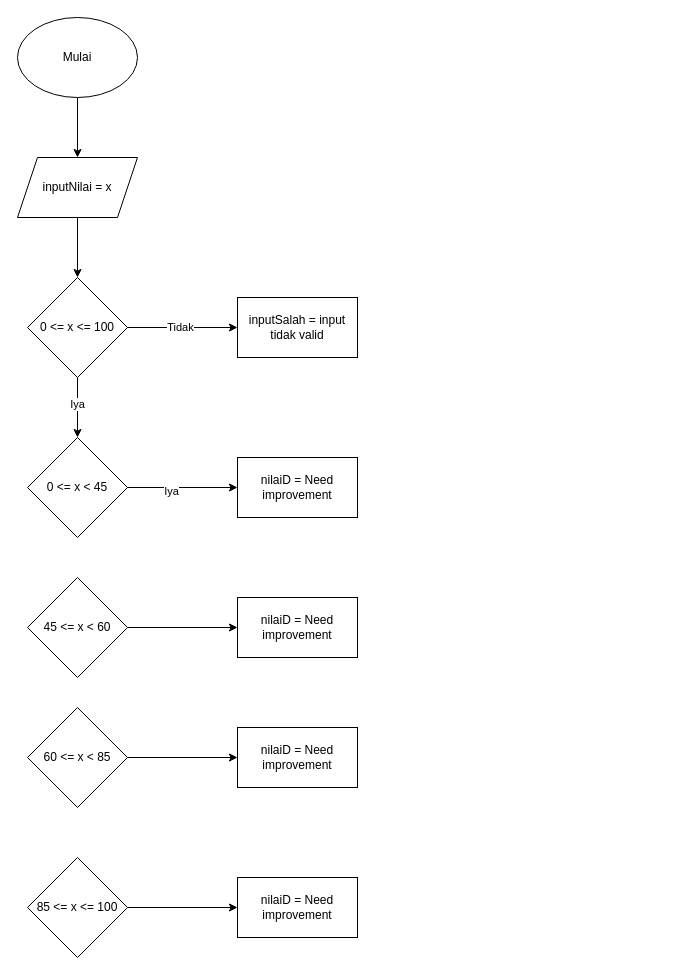
Before: hitam.drawio in shinoaaa/nigachu, a draw.io diagram. Source tidied: cells renumbered, new cells numbered last; positions are measured from the earlier drawing's top-left corner, leaving out a move shared by most shapes. Both pictures are drawn from the tidied source at 100%, with x=0, y=0 at pixel (17, 17).
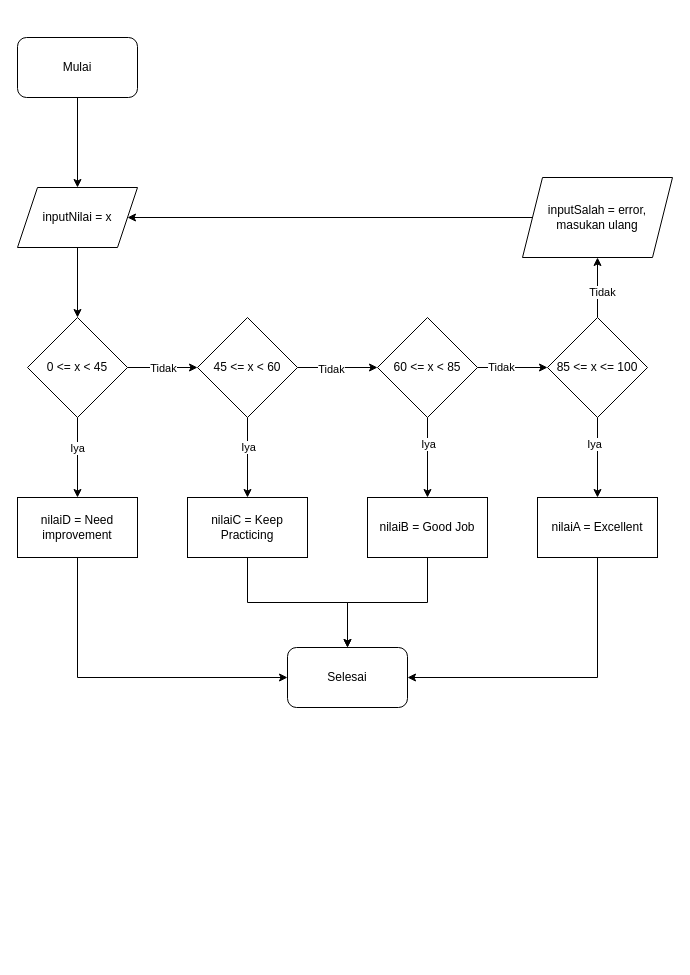
The same diagram, later.

Change to the diagram source:
```diff
@@
-    <mxCell id="2" style="edgeStyle=orthogonalEdgeStyle;rounded=0;jettySize=auto;html=1;" parent="1" edge="1" source="6" target="13">
-      <mxGeometry relative="1" as="geometry" />
-    </mxCell>
-    <mxCell id="3" value="Iya" style="edgeLabel;html=1;align=center;verticalAlign=middle;" parent="2" vertex="1">
-      <mxGeometry x="-0.14" y="-1" relative="1" as="geometry" />
-    </mxCell>
-    <mxCell id="4" style="edgeStyle=orthogonalEdgeStyle;rounded=0;jettySize=auto;html=1;entryX=0;entryY=0.5;entryDx=0;entryDy=0;" parent="1" edge="1" source="6" target="14">
-      <mxGeometry relative="1" as="geometry" />
-    </mxCell>
-    <mxCell id="5" value="Tidak" style="edgeLabel;html=1;align=center;verticalAlign=middle;" parent="4" vertex="1">
-      <mxGeometry x="-0.05" y="1" relative="1" as="geometry" />
-    </mxCell>
-    <mxCell id="6" value="0 &amp;lt;= x &amp;lt;= 100" style="rhombus;whiteSpace=wrap;html=1;fillColor=light-dark(#FFFFFF,#FFFFFF);fontColor=light-dark(#000000,#0F0F0F);" parent="1" vertex="1">
-      <mxGeometry x="10" y="260" width="100" height="100" as="geometry" />
-    </mxCell>
-    <mxCell id="7" style="edgeStyle=orthogonalEdgeStyle;rounded=0;jettySize=auto;html=1;entryX=0.5;entryY=0;entryDx=0;entryDy=0;" parent="1" edge="1" source="8" target="6">
-      <mxGeometry relative="1" as="geometry" />
-    </mxCell>
+    <mxCell id="25" style="edgeStyle=orthogonalEdgeStyle;rounded=0;jettySize=auto;html=1;entryX=0.5;entryY=0;entryDx=0;entryDy=0;" parent="1" edge="1" source="8" target="13">
+      <mxGeometry relative="1" as="geometry" />
+    </mxCell>
     <mxCell id="8" value="inputNilai = x" style="shape=parallelogram;perimeter=parallelogramPerimeter;whiteSpace=wrap;html=1;fixedSize=1;fillColor=light-dark(#FFFFFF,#FFFFFF);fontColor=light-dark(#000000,#000000);" parent="1" vertex="1">
-      <mxGeometry y="140" width="120" height="60" as="geometry" />
+      <mxGeometry y="170" width="120" height="60" as="geometry" />
     </mxCell>
+    <mxCell id="26" style="edgeStyle=orthogonalEdgeStyle;rounded=0;jettySize=auto;html=1;entryX=0;entryY=0.5;entryDx=0;entryDy=0;" parent="1" edge="1" source="13" target="17">
+      <mxGeometry relative="1" as="geometry" />
+    </mxCell>
+    <mxCell id="27" value="Tidak" style="edgeLabel;html=1;align=center;verticalAlign=middle;" parent="26" vertex="1">
+      <mxGeometry x="-0.01" relative="1" as="geometry" />
+    </mxCell>
+    <mxCell id="11" style="edgeStyle=orthogonalEdgeStyle;rounded=0;jettySize=auto;html=1;entryX=0.5;entryY=0;entryDx=0;entryDy=0;" parent="1" edge="1" source="13" target="15">
+      <mxGeometry relative="1" as="geometry" />
+    </mxCell>
+    <mxCell id="28" value="Iya" style="edgeLabel;html=1;align=center;verticalAlign=middle;" parent="11" vertex="1">
+      <mxGeometry x="-0.25" y="-1" relative="1" as="geometry" />
+    </mxCell>
+    <mxCell id="13" value="0 &amp;lt;= x &amp;lt; 45" style="rhombus;whiteSpace=wrap;html=1;fillColor=light-dark(#FFFFFF,#FFFFFF);fontColor=light-dark(#000000,#0F0F0F);" parent="1" vertex="1">
+      <mxGeometry x="10" y="300" width="100" height="100" as="geometry" />
+    </mxCell>
+    <mxCell id="29" style="edgeStyle=orthogonalEdgeStyle;rounded=0;jettySize=auto;html=1;entryX=0;entryY=0.5;entryDx=0;entryDy=0;" parent="1" edge="1" source="15" target="44">
+      <mxGeometry relative="1" as="geometry">
+        <Array as="points">
+          <mxPoint x="60" y="660" />
+        </Array>
+      </mxGeometry>
+    </mxCell>
+    <mxCell id="15" value="nilaiD = Need improvement" style="rounded=0;whiteSpace=wrap;html=1;fillColor=light-dark(#FFFFFF,#FFFFFF);fontColor=light-dark(#000000,#000000);" parent="1" vertex="1">
+      <mxGeometry y="480" width="120" height="60" as="geometry" />
+    </mxCell>
+    <mxCell id="30" style="edgeStyle=orthogonalEdgeStyle;rounded=0;jettySize=auto;html=1;entryX=0;entryY=0.5;entryDx=0;entryDy=0;" parent="1" edge="1" source="17" target="19">
+      <mxGeometry relative="1" as="geometry" />
+    </mxCell>
+    <mxCell id="31" value="Tidak" style="edgeLabel;html=1;align=center;verticalAlign=middle;" parent="30" vertex="1">
+      <mxGeometry x="-0.17" y="-1" relative="1" as="geometry" />
+    </mxCell>
+    <mxCell id="16" style="edgeStyle=orthogonalEdgeStyle;rounded=0;jettySize=auto;html=1;entryX=0.5;entryY=0;entryDx=0;entryDy=0;" parent="1" edge="1" source="17" target="22">
+      <mxGeometry relative="1" as="geometry" />
+    </mxCell>
+    <mxCell id="32" value="Iya" style="edgeLabel;html=1;align=center;verticalAlign=middle;" parent="16" vertex="1">
+      <mxGeometry x="-0.28" relative="1" as="geometry" />
+    </mxCell>
+    <mxCell id="17" value="45 &amp;lt;= x &amp;lt; 60" style="rhombus;whiteSpace=wrap;html=1;fillColor=light-dark(#FFFFFF,#FFFFFF);fontColor=light-dark(#000000,#0F0F0F);" parent="1" vertex="1">
+      <mxGeometry x="180" y="300" width="100" height="100" as="geometry" />
+    </mxCell>
+    <mxCell id="18" style="edgeStyle=orthogonalEdgeStyle;rounded=0;jettySize=auto;html=1;entryX=0.5;entryY=0;entryDx=0;entryDy=0;" parent="1" edge="1" source="19" target="23">
+      <mxGeometry relative="1" as="geometry" />
+    </mxCell>
+    <mxCell id="33" value="Iya" style="edgeLabel;html=1;align=center;verticalAlign=middle;" parent="18" vertex="1">
+      <mxGeometry x="-0.36" relative="1" as="geometry" />
+    </mxCell>
+    <mxCell id="34" style="edgeStyle=orthogonalEdgeStyle;rounded=0;jettySize=auto;html=1;entryX=0;entryY=0.5;entryDx=0;entryDy=0;" parent="1" edge="1" source="19" target="21">
+      <mxGeometry relative="1" as="geometry" />
+    </mxCell>
+    <mxCell id="35" value="Tidak" style="edgeLabel;html=1;align=center;verticalAlign=middle;" parent="34" vertex="1">
+      <mxGeometry x="-0.33" y="1" relative="1" as="geometry" />
+    </mxCell>
+    <mxCell id="19" value="60 &amp;lt;= x &amp;lt; 85" style="rhombus;whiteSpace=wrap;html=1;fillColor=light-dark(#FFFFFF,#FFFFFF);fontColor=light-dark(#000000,#0F0F0F);" parent="1" vertex="1">
+      <mxGeometry x="360" y="300" width="100" height="100" as="geometry" />
+    </mxCell>
+    <mxCell id="36" style="edgeStyle=orthogonalEdgeStyle;rounded=0;jettySize=auto;html=1;entryX=0.5;entryY=0;entryDx=0;entryDy=0;" parent="1" edge="1" source="22" target="44">
+      <mxGeometry relative="1" as="geometry" />
+    </mxCell>
+    <mxCell id="22" value="nilaiC = Keep Practicing" style="rounded=0;whiteSpace=wrap;html=1;fillColor=light-dark(#FFFFFF,#FFFFFF);fontColor=light-dark(#000000,#000000);" parent="1" vertex="1">
+      <mxGeometry x="170" y="480" width="120" height="60" as="geometry" />
+    </mxCell>
+    <mxCell id="37" style="edgeStyle=orthogonalEdgeStyle;rounded=0;jettySize=auto;html=1;entryX=0.5;entryY=0;entryDx=0;entryDy=0;" parent="1" edge="1" source="23" target="44">
+      <mxGeometry relative="1" as="geometry" />
+    </mxCell>
+    <mxCell id="23" value="nilaiB = Good Job" style="rounded=0;whiteSpace=wrap;html=1;fillColor=light-dark(#FFFFFF,#FFFFFF);fontColor=light-dark(#000000,#000000);" parent="1" vertex="1">
+      <mxGeometry x="350" y="480" width="120" height="60" as="geometry" />
+    </mxCell>
+    <mxCell id="38" style="edgeStyle=orthogonalEdgeStyle;rounded=0;jettySize=auto;html=1;entryX=1;entryY=0.5;entryDx=0;entryDy=0;" parent="1" edge="1" source="24" target="44">
+      <mxGeometry relative="1" as="geometry">
+        <Array as="points">
+          <mxPoint x="580" y="660" />
+        </Array>
+      </mxGeometry>
+    </mxCell>
+    <mxCell id="24" value="nilaiA = Excellent" style="rounded=0;whiteSpace=wrap;html=1;fillColor=light-dark(#FFFFFF,#FFFFFF);fontColor=light-dark(#000000,#000000);" parent="1" vertex="1">
+      <mxGeometry x="520" y="480" width="120" height="60" as="geometry" />
+    </mxCell>
+    <mxCell id="20" style="edgeStyle=orthogonalEdgeStyle;rounded=0;jettySize=auto;html=1;entryX=0.5;entryY=0;entryDx=0;entryDy=0;" parent="1" edge="1" source="21" target="24">
+      <mxGeometry relative="1" as="geometry" />
+    </mxCell>
+    <mxCell id="39" value="Iya" style="edgeLabel;html=1;align=center;verticalAlign=middle;" parent="20" vertex="1">
+      <mxGeometry x="-0.36" y="-4" relative="1" as="geometry" />
+    </mxCell>
+    <mxCell id="40" style="edgeStyle=orthogonalEdgeStyle;rounded=0;jettySize=auto;html=1;entryX=0.5;entryY=1;entryDx=0;entryDy=0;" parent="1" edge="1" source="21" target="43">
+      <mxGeometry relative="1" as="geometry" />
+    </mxCell>
+    <mxCell id="41" value="Tidak" style="edgeLabel;html=1;align=center;verticalAlign=middle;" parent="40" vertex="1">
+      <mxGeometry x="-0.14" y="-4" relative="1" as="geometry" />
+    </mxCell>
+    <mxCell id="21" value="85 &amp;lt;= x &amp;lt;= 100" style="rhombus;whiteSpace=wrap;html=1;fillColor=light-dark(#FFFFFF,#FFFFFF);fontColor=light-dark(#000000,#0F0F0F);" parent="1" vertex="1">
+      <mxGeometry x="530" y="300" width="100" height="100" as="geometry" />
+    </mxCell>
+    <mxCell id="42" style="edgeStyle=orthogonalEdgeStyle;rounded=0;jettySize=auto;html=1;entryX=1;entryY=0.5;entryDx=0;entryDy=0;" parent="1" edge="1" source="43" target="8">
+      <mxGeometry relative="1" as="geometry" />
+    </mxCell>
+    <mxCell id="43" value="inputSalah = error, masukan ulang" style="shape=parallelogram;perimeter=parallelogramPerimeter;whiteSpace=wrap;html=1;fixedSize=1;fillColor=light-dark(#FFFFFF,#FFFFFF);fontColor=light-dark(#000000,#000000);" parent="1" vertex="1">
+      <mxGeometry x="505" y="160" width="150" height="80" as="geometry" />
+    </mxCell>
@@
-    <mxCell id="10" value="Mulai" style="ellipse;whiteSpace=wrap;html=1;strokeColor=light-dark(#000000,#FFFFFF);fillColor=light-dark(#FFFFFF,#F4F4F4);fontColor=light-dark(#000000,#1C1C1C);" parent="1" vertex="1">
-      <mxGeometry width="120" height="80" as="geometry" />
+    <mxCell id="10" value="Mulai" style="rounded=1;whiteSpace=wrap;html=1;fillColor=light-dark(#FFFFFF,#F9F9F9);fontColor=light-dark(#000000,#0A0A0A);" parent="1" vertex="1">
+      <mxGeometry y="20" width="120" height="60" as="geometry" />
     </mxCell>
-    <mxCell id="11" style="edgeStyle=orthogonalEdgeStyle;rounded=0;jettySize=auto;html=1;entryX=0;entryY=0.5;entryDx=0;entryDy=0;" parent="1" edge="1" source="13" target="15">
-      <mxGeometry relative="1" as="geometry" />
-    </mxCell>
-    <mxCell id="12" value="Iya" style="edgeLabel;html=1;align=center;verticalAlign=middle;" parent="11" vertex="1">
-      <mxGeometry x="-0.22" y="-3" relative="1" as="geometry" />
-    </mxCell>
-    <mxCell id="13" value="0 &amp;lt;= x &amp;lt; 45" style="rhombus;whiteSpace=wrap;html=1;fillColor=light-dark(#FFFFFF,#FFFFFF);fontColor=light-dark(#000000,#0F0F0F);" parent="1" vertex="1">
-      <mxGeometry x="10" y="420" width="100" height="100" as="geometry" />
-    </mxCell>
-    <mxCell id="14" value="inputSalah = input tidak valid" style="rounded=0;whiteSpace=wrap;html=1;fillColor=light-dark(#FFFFFF,#FFFFFF);fontColor=light-dark(#000000,#000000);" parent="1" vertex="1">
-      <mxGeometry x="220" y="280" width="120" height="60" as="geometry" />
-    </mxCell>
-    <mxCell id="15" value="nilaiD = Need improvement" style="rounded=0;whiteSpace=wrap;html=1;fillColor=light-dark(#FFFFFF,#FFFFFF);fontColor=light-dark(#000000,#000000);" parent="1" vertex="1">
-      <mxGeometry x="220" y="440" width="120" height="60" as="geometry" />
-    </mxCell>
-    <mxCell id="16" style="edgeStyle=orthogonalEdgeStyle;rounded=0;jettySize=auto;html=1;entryX=0;entryY=0.5;entryDx=0;entryDy=0;" parent="1" edge="1" source="17" target="22">
-      <mxGeometry relative="1" as="geometry" />
-    </mxCell>
-    <mxCell id="17" value="45 &amp;lt;= x &amp;lt; 60" style="rhombus;whiteSpace=wrap;html=1;fillColor=light-dark(#FFFFFF,#FFFFFF);fontColor=light-dark(#000000,#0F0F0F);" parent="1" vertex="1">
-      <mxGeometry x="10" y="560" width="100" height="100" as="geometry" />
-    </mxCell>
-    <mxCell id="18" style="edgeStyle=orthogonalEdgeStyle;rounded=0;jettySize=auto;html=1;entryX=0;entryY=0.5;entryDx=0;entryDy=0;" parent="1" edge="1" source="19" target="23">
-      <mxGeometry relative="1" as="geometry" />
-    </mxCell>
-    <mxCell id="19" value="60 &amp;lt;= x &amp;lt; 85" style="rhombus;whiteSpace=wrap;html=1;fillColor=light-dark(#FFFFFF,#FFFFFF);fontColor=light-dark(#000000,#0F0F0F);" parent="1" vertex="1">
-      <mxGeometry x="10" y="690" width="100" height="100" as="geometry" />
-    </mxCell>
-    <mxCell id="20" style="edgeStyle=orthogonalEdgeStyle;rounded=0;jettySize=auto;html=1;entryX=0;entryY=0.5;entryDx=0;entryDy=0;" parent="1" edge="1" source="21" target="24">
-      <mxGeometry relative="1" as="geometry" />
-    </mxCell>
-    <mxCell id="21" value="85 &amp;lt;= x &amp;lt;= 100" style="rhombus;whiteSpace=wrap;html=1;fillColor=light-dark(#FFFFFF,#FFFFFF);fontColor=light-dark(#000000,#0F0F0F);" parent="1" vertex="1">
-      <mxGeometry x="10" y="840" width="100" height="100" as="geometry" />
-    </mxCell>
-    <mxCell id="22" value="nilaiD = Need improvement" style="rounded=0;whiteSpace=wrap;html=1;fillColor=light-dark(#FFFFFF,#FFFFFF);fontColor=light-dark(#000000,#000000);" parent="1" vertex="1">
-      <mxGeometry x="220" y="580" width="120" height="60" as="geometry" />
-    </mxCell>
-    <mxCell id="23" value="nilaiD = Need improvement" style="rounded=0;whiteSpace=wrap;html=1;fillColor=light-dark(#FFFFFF,#FFFFFF);fontColor=light-dark(#000000,#000000);" parent="1" vertex="1">
-      <mxGeometry x="220" y="710" width="120" height="60" as="geometry" />
-    </mxCell>
-    <mxCell id="24" value="nilaiD = Need improvement" style="rounded=0;whiteSpace=wrap;html=1;fillColor=light-dark(#FFFFFF,#FFFFFF);fontColor=light-dark(#000000,#000000);" parent="1" vertex="1">
-      <mxGeometry x="220" y="860" width="120" height="60" as="geometry" />
-    </mxCell>
+    <mxCell id="44" value="Selesai" style="rounded=1;whiteSpace=wrap;html=1;fillColor=light-dark(#FFFFFF,#F9F9F9);fontColor=light-dark(#000000,#0A0A0A);" parent="1" vertex="1">
+      <mxGeometry x="270" y="630" width="120" height="60" as="geometry" />
+    </mxCell>
```
